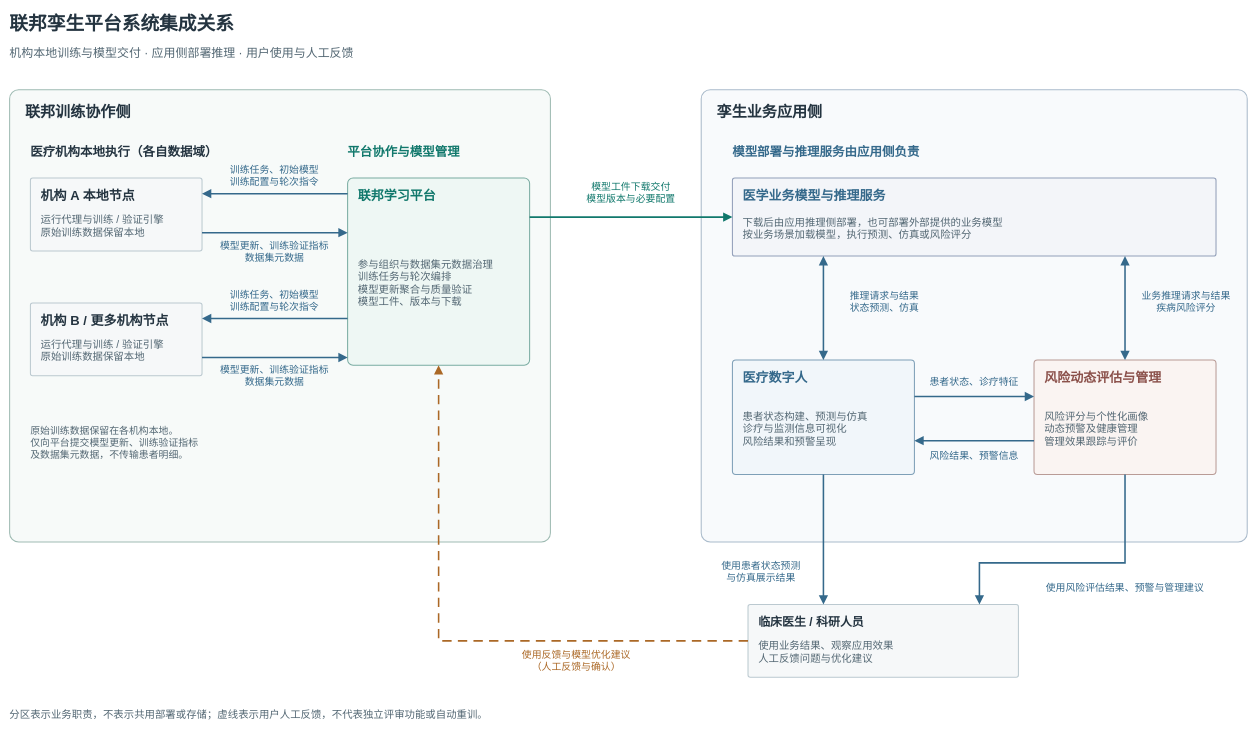
Above: docs/mermaid-diagram.drawio in medol-labs/federation-learning (draw.io), before the change. Source tidied: cells renumbered, new cells numbered last; positions are measured from the earlier drawing's top-left corner, leaving out a move shared by most shapes. Both pictures are drawn from the tidied source at 52%, with x=0, y=0 at pixel (9, 9).
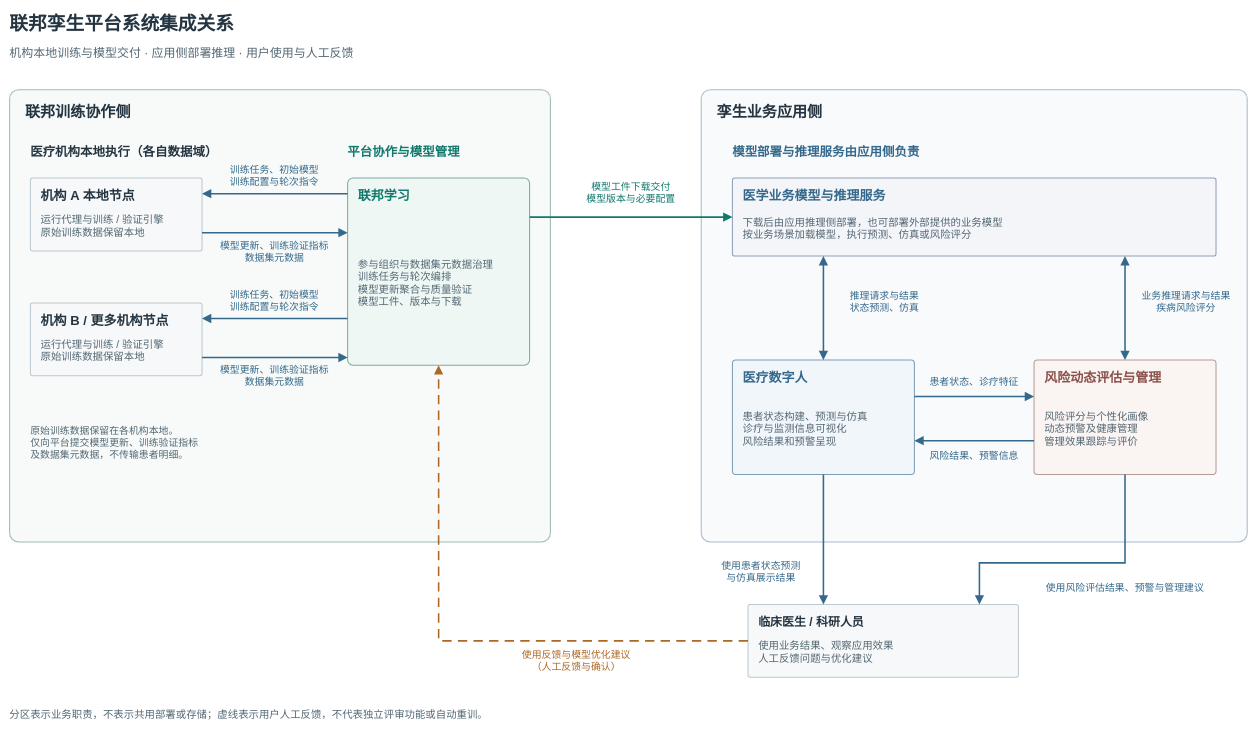
After the change.

The change refers to these unchanged cells:
```xml
<mxCell id="17" style="rounded=1;arcSize=3;whiteSpace=wrap;html=0;fillColor=#EEF7F4;strokeColor=#7AACA2;strokeWidth=2;fontFamily=PingFang SC;" parent="4" vertex="1">
  <mxGeometry x="650" y="170" width="350" height="360" as="geometry" />
</mxCell>
```

What changed in the source:
```diff
@@
-    <mxCell id="18" value="联邦学习平台" style="text;html=0;whiteSpace=wrap;overflow=hidden;align=left;verticalAlign=middle;fontFamily=PingFang SC;fontSize=25;fontColor=#11786C;fontStyle=1;strokeColor=none;fillColor=none;spacing=0;" parent="17" vertex="1">
+    <mxCell id="18" value="联邦学习" style="text;html=0;whiteSpace=wrap;overflow=hidden;align=left;verticalAlign=middle;fontFamily=PingFang SC;fontSize=25;fontColor=#11786C;fontStyle=1;strokeColor=none;fillColor=none;spacing=0;" parent="17" vertex="1">
       <mxGeometry x="20" y="15" width="310" height="35" as="geometry" />
     </mxCell>
```
